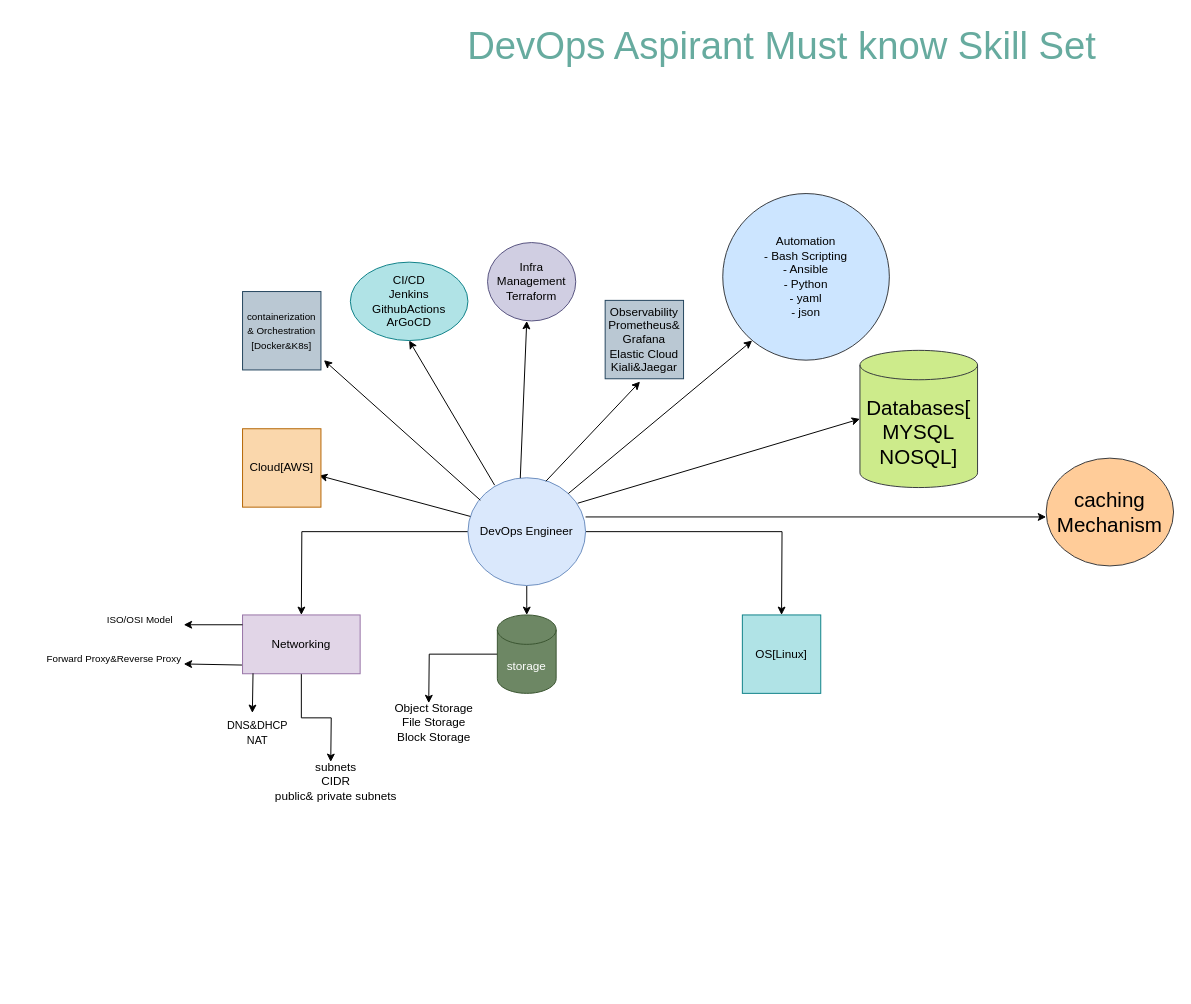
This is Untitled Diagram.drawio from ullagallu123/svg, a draw.io file, before an edit. Source tidied: cells renumbered, new cells numbered last; positions are measured from the earlier drawing's top-left corner, leaving out a move shared by most shapes. Both pictures are drawn from the tidied source at 98%, with x=0, y=0 at pixel (36, 17).
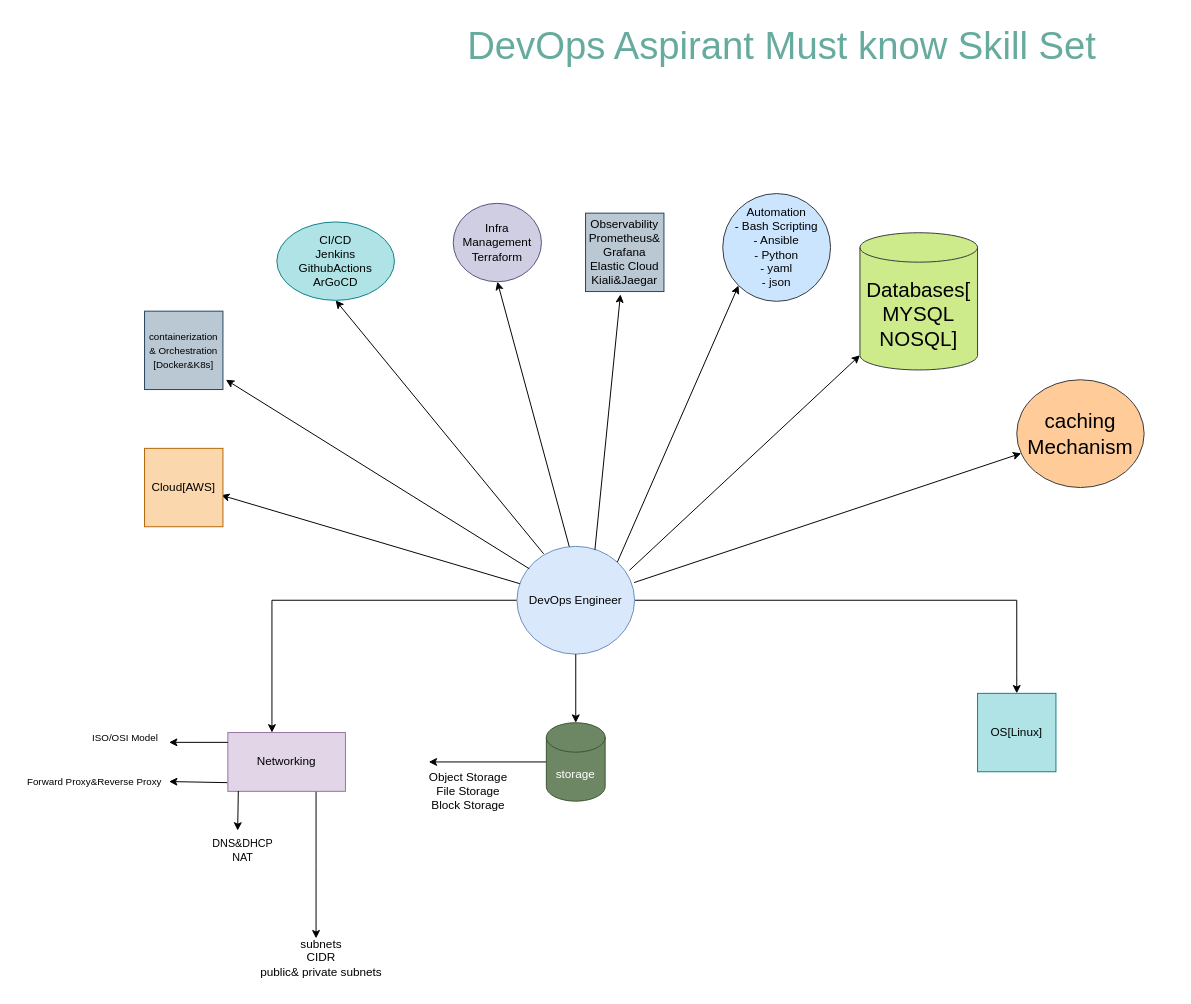
Above is the later version.

What changed in the source:
```diff
@@
-    <mxCell id="2" style="edgeStyle=orthogonalEdgeStyle;rounded=0;jettySize=auto;html=1;" parent="1" edge="1" source="5">
+    <mxCell id="2" style="edgeStyle=orthogonalEdgeStyle;rounded=0;jettySize=auto;html=1;entryX=0.375;entryY=0;entryDx=0;entryDy=0;entryPerimeter=0;" parent="1" edge="1" source="5" target="7">
       <mxGeometry relative="1" as="geometry">
-        <mxPoint x="270" y="610" as="targetPoint" />
+        <Array as="points">
+          <mxPoint x="240" y="595" />
+        </Array>
       </mxGeometry>
     </mxCell>
-    <mxCell id="3" style="edgeStyle=orthogonalEdgeStyle;rounded=0;jettySize=auto;html=1;" parent="1" edge="1" source="5">
-      <mxGeometry relative="1" as="geometry">
-        <mxPoint x="500" y="610" as="targetPoint" />
-      </mxGeometry>
-    </mxCell>
-    <mxCell id="4" style="edgeStyle=orthogonalEdgeStyle;rounded=0;jettySize=auto;html=1;" parent="1" edge="1" source="5">
+    <mxCell id="4" style="edgeStyle=orthogonalEdgeStyle;rounded=0;jettySize=auto;html=1;entryX=0.5;entryY=0;entryDx=0;entryDy=0;" parent="1" edge="1" source="5" target="17">
       <mxGeometry relative="1" as="geometry">
-        <mxPoint x="760" y="610" as="targetPoint" />
+        <Array as="points">
+          <mxPoint x="1000" y="595" />
+          <mxPoint x="1000" y="670" />
+        </Array>
       </mxGeometry>
     </mxCell>
     <mxCell id="5" value="DevOps Engineer" style="ellipse;whiteSpace=wrap;html=1;fillColor=#dae8fc;strokeColor=#6c8ebf;" parent="1" vertex="1">
-      <mxGeometry x="440" y="470" width="120" height="110" as="geometry" />
+      <mxGeometry x="490" y="540" width="120" height="110" as="geometry" />
     </mxCell>
-    <mxCell id="6" style="edgeStyle=orthogonalEdgeStyle;rounded=0;jettySize=auto;html=1;" parent="1" edge="1" source="7">
+    <mxCell id="6" style="edgeStyle=orthogonalEdgeStyle;rounded=0;jettySize=auto;html=1;exitX=0.75;exitY=1;exitDx=0;exitDy=0;" parent="1" edge="1" source="7">
       <mxGeometry relative="1" as="geometry">
-        <mxPoint x="300" y="760" as="targetPoint" />
+        <mxPoint x="285" y="940" as="targetPoint" />
       </mxGeometry>
     </mxCell>
     <mxCell id="7" value="Networking" style="rounded=0;whiteSpace=wrap;html=1;fillColor=#e1d5e7;strokeColor=#9673a6;" parent="1" vertex="1">
-      <mxGeometry x="210" y="610" width="120" height="60" as="geometry" />
+      <mxGeometry x="195" y="730" width="120" height="60" as="geometry" />
     </mxCell>
     <mxCell id="8" style="endArrow=classic;html=1;rounded=0;exitX=0.089;exitY=0.993;exitDx=0;exitDy=0;exitPerimeter=0;" parent="1" edge="1" source="7">
       <mxGeometry relative="1" as="geometry">
-        <mxPoint x="220" y="710" as="targetPoint" />
+        <mxPoint x="205" y="830" as="targetPoint" />
       </mxGeometry>
     </mxCell>
     <mxCell id="9" style="endArrow=classic;html=1;rounded=0;exitX=0;exitY=0.167;exitDx=0;exitDy=0;exitPerimeter=0;" parent="1" edge="1" source="7">
       <mxGeometry relative="1" as="geometry">
-        <mxPoint x="150" y="620" as="targetPoint" />
+        <mxPoint x="135" y="740" as="targetPoint" />
       </mxGeometry>
     </mxCell>
     <mxCell id="10" value="&lt;font style=&quot;font-size: 10px;&quot;&gt;ISO/OSI Model&lt;/font&gt;" style="text;html=1;align=center;verticalAlign=middle;strokeColor=none;fillColor=none;" parent="1" vertex="1">
-      <mxGeometry x="60" y="600" width="90" height="30" as="geometry" />
+      <mxGeometry x="45" y="720" width="90" height="30" as="geometry" />
     </mxCell>
     <mxCell id="11" value="&lt;font style=&quot;font-size: 11px;&quot;&gt;DNS&amp;amp;DHCP&lt;/font&gt;&lt;div&gt;&lt;font style=&quot;font-size: 11px;&quot;&gt;NAT&lt;/font&gt;&lt;/div&gt;" style="text;html=1;align=center;verticalAlign=middle;strokeColor=none;fillColor=none;" parent="1" vertex="1">
-      <mxGeometry x="180" y="710" width="90" height="40" as="geometry" />
+      <mxGeometry x="165" y="830" width="90" height="40" as="geometry" />
     </mxCell>
     <mxCell id="12" style="endArrow=classic;html=1;rounded=0;exitX=-0.005;exitY=0.852;exitDx=0;exitDy=0;exitPerimeter=0;" parent="1" edge="1" source="7">
       <mxGeometry relative="1" as="geometry">
-        <mxPoint x="150" y="660" as="targetPoint" />
+        <mxPoint x="135" y="780" as="targetPoint" />
       </mxGeometry>
     </mxCell>
     <mxCell id="13" value="&lt;font style=&quot;font-size: 10px;&quot;&gt;Forward Proxy&amp;amp;Reverse Proxy&amp;nbsp;&lt;/font&gt;" style="text;html=1;align=center;verticalAlign=middle;strokeColor=none;fillColor=none;" parent="1" vertex="1">
-      <mxGeometry y="640" width="160" height="30" as="geometry" />
+      <mxGeometry x="-20" y="765" width="160" height="30" as="geometry" />
     </mxCell>
     <mxCell id="14" style="edgeStyle=orthogonalEdgeStyle;rounded=0;jettySize=auto;html=1;" parent="1" edge="1" source="15">
       <mxGeometry relative="1" as="geometry">
-        <mxPoint x="400" y="700" as="targetPoint" />
+        <mxPoint x="400" y="760" as="targetPoint" />
       </mxGeometry>
     </mxCell>
     <mxCell id="15" value="storage" style="shape=cylinder3;whiteSpace=wrap;html=1;boundedLbl=1;backgroundOutline=1;size=15;fillColor=#6d8764;fontColor=#ffffff;strokeColor=#3A5431;" parent="1" vertex="1">
-      <mxGeometry x="470" y="610" width="60" height="80" as="geometry" />
+      <mxGeometry x="520" y="720" width="60" height="80" as="geometry" />
     </mxCell>
     <mxCell id="16" value="Object Storage&lt;div&gt;File Storage&lt;/div&gt;&lt;div&gt;Block Storage&lt;/div&gt;" style="text;html=1;align=center;verticalAlign=middle;strokeColor=none;fillColor=none;" parent="1" vertex="1">
-      <mxGeometry x="355" y="690" width="100" height="60" as="geometry" />
+      <mxGeometry x="390" y="760" width="100" height="60" as="geometry" />
     </mxCell>
     <mxCell id="17" value="OS[Linux]" style="whiteSpace=wrap;html=1;fillColor=#b0e3e6;strokeColor=#0e8088;" parent="1" vertex="1">
-      <mxGeometry x="720" y="610" width="80" height="80" as="geometry" />
+      <mxGeometry x="960" y="690" width="80" height="80" as="geometry" />
     </mxCell>
@@
     <mxCell id="19" value="Cloud[AWS]" style="whiteSpace=wrap;html=1;fillColor=#fad7ac;strokeColor=#b46504;" parent="1" vertex="1">
-      <mxGeometry x="210" y="420" width="80" height="80" as="geometry" />
+      <mxGeometry x="110" y="440" width="80" height="80" as="geometry" />
     </mxCell>
@@
     <mxCell id="21" value="&lt;font style=&quot;font-size: 10px;&quot;&gt;containerization&lt;/font&gt;&lt;div&gt;&lt;font style=&quot;font-size: 10px;&quot;&gt;&amp;amp; Orchestration&lt;/font&gt;&lt;/div&gt;&lt;div&gt;&lt;font style=&quot;font-size: 10px;&quot;&gt;[Docker&amp;amp;K8s]&lt;/font&gt;&lt;/div&gt;" style="whiteSpace=wrap;html=1;fillColor=#bac8d3;strokeColor=#23445d;" parent="1" vertex="1">
-      <mxGeometry x="210" y="280" width="80" height="80" as="geometry" />
+      <mxGeometry x="110" y="300" width="80" height="80" as="geometry" />
     </mxCell>
-    <mxCell id="22" style="endArrow=classic;html=1;rounded=0;exitX=0.227;exitY=0.069;exitDx=0;exitDy=0;exitPerimeter=0;" parent="1" edge="1" source="5">
-      <mxGeometry relative="1" as="geometry">
-        <mxPoint x="380" y="330" as="targetPoint" />
-      </mxGeometry>
+    <mxCell id="22" style="endArrow=classic;html=1;rounded=0;exitX=0.227;exitY=0.069;exitDx=0;exitDy=0;exitPerimeter=0;entryX=0.5;entryY=1;entryDx=0;entryDy=0;" parent="1" edge="1" source="5" target="23">
+      <mxGeometry relative="1" as="geometry" />
     </mxCell>
     <mxCell id="23" value="CI/CD&lt;div&gt;Jenkins&lt;/div&gt;&lt;div&gt;GithubActions&lt;/div&gt;&lt;div&gt;ArGoCD&lt;/div&gt;" style="ellipse;whiteSpace=wrap;html=1;fillColor=#b0e3e6;strokeColor=#0e8088;" parent="1" vertex="1">
-      <mxGeometry x="320" y="250" width="120" height="80" as="geometry" />
+      <mxGeometry x="245" y="209" width="120" height="80" as="geometry" />
     </mxCell>
-    <mxCell id="24" style="endArrow=classic;html=1;rounded=0;exitX=0.445;exitY=0.003;exitDx=0;exitDy=0;exitPerimeter=0;" parent="1" edge="1" source="5">
-      <mxGeometry relative="1" as="geometry">
-        <mxPoint x="500" y="310" as="targetPoint" />
-      </mxGeometry>
+    <mxCell id="24" style="endArrow=classic;html=1;rounded=0;exitX=0.445;exitY=0.003;exitDx=0;exitDy=0;exitPerimeter=0;entryX=0.5;entryY=1;entryDx=0;entryDy=0;" parent="1" edge="1" source="5" target="25">
+      <mxGeometry relative="1" as="geometry" />
     </mxCell>
     <mxCell id="25" value="Infra Management&lt;div&gt;Terraform&lt;/div&gt;" style="ellipse;whiteSpace=wrap;html=1;fillColor=#d0cee2;strokeColor=#56517e;" parent="1" vertex="1">
-      <mxGeometry x="460" y="230" width="90" height="80" as="geometry" />
+      <mxGeometry x="425" y="190" width="90" height="80" as="geometry" />
     </mxCell>
     <mxCell id="26" value="Observability&lt;div&gt;Prometheus&amp;amp;&lt;/div&gt;&lt;div&gt;Grafana&lt;/div&gt;&lt;div&gt;Elastic Cloud&lt;/div&gt;&lt;div&gt;Kiali&amp;amp;Jaegar&lt;/div&gt;" style="whiteSpace=wrap;html=1;fillColor=#bac8d3;strokeColor=#23445d;" parent="1" vertex="1">
-      <mxGeometry x="580" y="289" width="80" height="80" as="geometry" />
+      <mxGeometry x="560" y="200" width="80" height="80" as="geometry" />
     </mxCell>
@@
-    <mxCell id="28" style="endArrow=classic;html=1;rounded=0;exitX=1;exitY=0;exitDx=0;exitDy=0;" parent="1" edge="1" source="5">
-      <mxGeometry relative="1" as="geometry">
-        <mxPoint x="730" y="330" as="targetPoint" />
-      </mxGeometry>
+    <mxCell id="28" style="endArrow=classic;html=1;rounded=0;exitX=1;exitY=0;exitDx=0;exitDy=0;entryX=0;entryY=1;entryDx=0;entryDy=0;" parent="1" edge="1" source="5" target="29">
+      <mxGeometry relative="1" as="geometry" />
     </mxCell>
     <mxCell id="29" value="Automation&lt;div&gt;- Bash Scripting&lt;/div&gt;&lt;div&gt;- Ansible&lt;/div&gt;&lt;div&gt;- Python&lt;/div&gt;&lt;div&gt;- yaml&lt;/div&gt;&lt;div&gt;- json&lt;/div&gt;" style="ellipse;whiteSpace=wrap;html=1;fillColor=#cce5ff;strokeColor=#36393d;" parent="1" vertex="1">
-      <mxGeometry x="700" y="180" width="170" height="170" as="geometry" />
+      <mxGeometry x="700" y="180" width="110" height="110" as="geometry" />
     </mxCell>
-    <mxCell id="30" style="endArrow=classic;html=1;rounded=0;exitX=1;exitY=0;exitDx=0;exitDy=0;fontStyle=1;" parent="1" edge="1">
-      <mxGeometry relative="1" as="geometry">
-        <mxPoint x="552" y="496" as="sourcePoint" />
-        <mxPoint x="840" y="410" as="targetPoint" />
-      </mxGeometry>
+    <mxCell id="30" style="endArrow=classic;html=1;rounded=0;fontStyle=1;entryX=0;entryY=1;entryDx=0;entryDy=-15;entryPerimeter=0;exitX=0.956;exitY=0.223;exitDx=0;exitDy=0;exitPerimeter=0;" parent="1" edge="1" source="5" target="31">
+      <mxGeometry relative="1" as="geometry" />
     </mxCell>
     <mxCell id="31" value="&lt;div&gt;&lt;font style=&quot;font-size: 21px;&quot;&gt;Databases[&lt;/font&gt;&lt;/div&gt;&lt;font style=&quot;font-size: 21px;&quot;&gt;MYSQL&lt;/font&gt;&lt;div&gt;&lt;font style=&quot;font-size: 21px;&quot;&gt;NOSQL]&lt;/font&gt;&lt;/div&gt;" style="shape=cylinder3;whiteSpace=wrap;html=1;boundedLbl=1;backgroundOutline=1;size=15;fillColor=#cdeb8b;strokeColor=#36393d;" parent="1" vertex="1">
-      <mxGeometry x="840" y="340" width="120" height="140" as="geometry" />
+      <mxGeometry x="840" y="220" width="120" height="140" as="geometry" />
     </mxCell>
     <mxCell id="32" value="subnets&lt;div&gt;CIDR&lt;/div&gt;&lt;div&gt;public&amp;amp; private subnets&lt;/div&gt;" style="text;html=1;align=center;verticalAlign=middle;strokeColor=none;fillColor=none;" parent="1" vertex="1">
-      <mxGeometry x="230" y="750" width="150" height="60" as="geometry" />
+      <mxGeometry x="215" y="930" width="150" height="60" as="geometry" />
     </mxCell>
-    <mxCell id="33" style="endArrow=classic;html=1;rounded=0;" parent="1" edge="1">
-      <mxGeometry relative="1" as="geometry">
-        <mxPoint x="560" y="510" as="sourcePoint" />
-        <mxPoint x="1030" y="510" as="targetPoint" />
-      </mxGeometry>
+    <mxCell id="33" style="endArrow=classic;html=1;rounded=0;exitX=0.996;exitY=0.336;exitDx=0;exitDy=0;exitPerimeter=0;" parent="1" edge="1" source="5" target="34">
+      <mxGeometry relative="1" as="geometry" />
     </mxCell>
     <mxCell id="34" value="&lt;font style=&quot;font-size: 21px;&quot;&gt;caching Mechanism&lt;/font&gt;" style="ellipse;whiteSpace=wrap;html=1;fillColor=#ffcc99;strokeColor=#36393d;" parent="1" vertex="1">
-      <mxGeometry x="1030" y="450" width="130" height="110" as="geometry" />
+      <mxGeometry x="1000" y="370" width="130" height="110" as="geometry" />
     </mxCell>
@@
+    <mxCell id="36" style="edgeStyle=orthogonalEdgeStyle;rounded=0;jettySize=auto;html=1;entryX=0.5;entryY=0;entryDx=0;entryDy=0;entryPerimeter=0;" parent="1" edge="1" source="5" target="15">
+      <mxGeometry relative="1" as="geometry" />
+    </mxCell>
```
